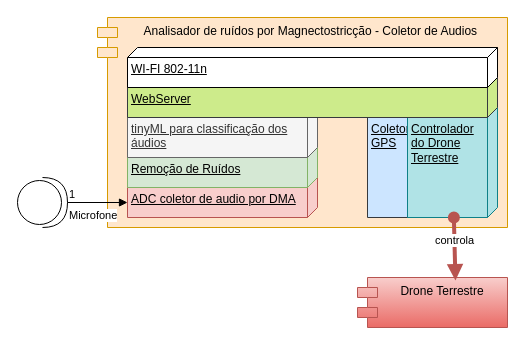
Earlier version of the draw.io diagram docs/ComponentesFirmware.drawio (ArvoreDosSaberes/magnectostricao). Source tidied: cells renumbered, new cells numbered last; positions are measured from the earlier drawing's top-left corner, leaving out a move shared by most shapes. Both pictures are drawn from the tidied source at 100%, with x=0, y=0 at pixel (17, 17).
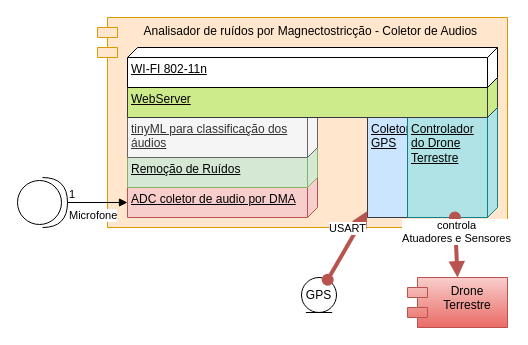
After the change.

Commit message:
Adicionado o GPS

What changed in the source:
```diff
@@
 <mxGraphModel>
   <root>
     <mxCell id="0" />
     <mxCell id="1" parent="0" />
     <mxCell id="2" value="Analisador de ruídos por Magnectostricção - Coletor de Audios&amp;nbsp;" style="shape=module;align=left;spacingLeft=20;align=center;verticalAlign=top;whiteSpace=wrap;html=1;fillColor=#ffe6cc;strokeColor=#d79b00;" parent="1" vertex="1">
       <mxGeometry x="80" width="410" height="210" as="geometry" />
     </mxCell>
     <mxCell id="3" value="Coletor GPS" style="verticalAlign=top;align=left;spacingTop=8;spacingLeft=2;spacingRight=12;shape=cube;size=10;direction=south;fontStyle=4;html=1;whiteSpace=wrap;fillColor=#cce5ff;strokeColor=#36393d;" parent="1" vertex="1">
       <mxGeometry x="350" y="90" width="56" height="110" as="geometry" />
     </mxCell>
     <mxCell id="4" value="Controlador do Drone Terrestre" style="verticalAlign=top;align=left;spacingTop=8;spacingLeft=2;spacingRight=12;shape=cube;size=10;direction=south;fontStyle=4;html=1;whiteSpace=wrap;fillColor=#b0e3e6;strokeColor=#0e8088;" parent="1" vertex="1">
       <mxGeometry x="390" y="90" width="90" height="110" as="geometry" />
     </mxCell>
     <mxCell id="5" style="group;" parent="1" vertex="1">
       <mxGeometry x="110" y="90" width="190" height="110" as="geometry" />
     </mxCell>
     <mxCell id="6" value="ADC coletor de audio por DMA" style="verticalAlign=top;align=left;spacingTop=8;spacingLeft=2;spacingRight=12;shape=cube;size=10;direction=south;fontStyle=4;html=1;whiteSpace=wrap;fillColor=#f8cecc;strokeColor=#b85450;" parent="5" vertex="1">
       <mxGeometry y="70" width="190" height="40" as="geometry" />
     </mxCell>
     <mxCell id="7" value="Remoção de Ruídos" style="verticalAlign=top;align=left;spacingTop=8;spacingLeft=2;spacingRight=12;shape=cube;size=10;direction=south;fontStyle=4;html=1;whiteSpace=wrap;fillColor=#d5e8d4;strokeColor=#82b366;" parent="5" vertex="1">
       <mxGeometry y="40" width="190" height="40" as="geometry" />
     </mxCell>
     <mxCell id="8" value="tinyML para classificação dos áudios" style="verticalAlign=top;align=left;spacingTop=8;spacingLeft=2;spacingRight=12;shape=cube;size=10;direction=south;fontStyle=4;html=1;whiteSpace=wrap;fillColor=#f5f5f5;fontColor=#333333;strokeColor=#666666;" parent="5" vertex="1">
       <mxGeometry width="190" height="50" as="geometry" />
     </mxCell>
     <mxCell id="9" value="WebServer" style="verticalAlign=top;align=left;spacingTop=8;spacingLeft=2;spacingRight=12;shape=cube;size=10;direction=south;fontStyle=4;html=1;whiteSpace=wrap;fillColor=#cdeb8b;strokeColor=#36393d;" parent="1" vertex="1">
       <mxGeometry x="110" y="60" width="370" height="40" as="geometry" />
     </mxCell>
     <mxCell id="10" value="WI-FI 802-11n" style="verticalAlign=top;align=left;spacingTop=8;spacingLeft=2;spacingRight=12;shape=cube;size=10;direction=south;fontStyle=4;html=1;whiteSpace=wrap;" parent="1" vertex="1">
       <mxGeometry x="110" y="30" width="370" height="40" as="geometry" />
     </mxCell>
     <mxCell id="11" value="Drone Terrestre" style="shape=module;align=left;spacingLeft=20;align=center;verticalAlign=top;whiteSpace=wrap;html=1;fillColor=#f8cecc;gradientColor=#ea6b66;strokeColor=#b85450;" parent="1" vertex="1">
-      <mxGeometry x="340" y="260" width="150" height="50" as="geometry" />
+      <mxGeometry x="390" y="260" width="100" height="50" as="geometry" />
     </mxCell>
-    <mxCell id="12" value="controla" style="html=1;verticalAlign=bottom;startArrow=oval;startFill=1;endArrow=block;startSize=8;curved=0;rounded=0;entryX=0.653;entryY=0.06;entryDx=0;entryDy=0;entryPerimeter=0;strokeWidth=4;fillColor=#f8cecc;gradientColor=#ea6b66;strokeColor=#b85450;" parent="1" edge="1" source="4" target="11">
+    <mxCell id="12" value="controla&lt;br&gt;Atuadores e Sensores" style="html=1;verticalAlign=bottom;startArrow=oval;startFill=1;endArrow=block;startSize=8;curved=0;rounded=0;entryX=0.5;entryY=0;entryDx=0;entryDy=0;strokeWidth=4;fillColor=#f8cecc;gradientColor=#ea6b66;strokeColor=#b85450;" parent="1" edge="1" source="4" target="11">
       <mxGeometry relative="1" as="geometry" />
     </mxCell>
     <mxCell id="13" style="shape=providedRequiredInterface;html=1;verticalLabelPosition=bottom;sketch=0;" parent="1" vertex="1">
       <mxGeometry y="160" width="50" height="50" as="geometry" />
     </mxCell>
     <mxCell id="14" value="Microfone" style="endArrow=block;endFill=1;html=1;edgeStyle=orthogonalEdgeStyle;align=left;verticalAlign=top;rounded=0;exitX=1;exitY=0.5;exitDx=0;exitDy=0;exitPerimeter=0;entryX=0;entryY=0;entryDx=25;entryDy=190;entryPerimeter=0;" parent="1" edge="1" source="13" target="6">
       <mxGeometry x="-1" relative="1" as="geometry" />
     </mxCell>
     <mxCell id="15" value="1" style="edgeLabel;html=1;align=left;verticalAlign=bottom;" parent="14" vertex="1">
       <mxGeometry x="-1" relative="1" as="geometry" />
     </mxCell>
+    <mxCell id="16" value="GPS" style="ellipse;shape=umlEntity;whiteSpace=wrap;html=1;" parent="1" vertex="1">
+      <mxGeometry x="284" y="260" width="35" height="35" as="geometry" />
+    </mxCell>
+    <mxCell id="17" value="USART" style="html=1;verticalAlign=bottom;startArrow=oval;startFill=1;endArrow=block;startSize=8;curved=0;rounded=0;strokeWidth=4;fillColor=#f8cecc;gradientColor=#ea6b66;strokeColor=#b85450;" parent="1" edge="1" source="16" target="3">
+      <mxGeometry x="0.17" y="4" relative="1" as="geometry" />
+    </mxCell>
   </root>
 </mxGraphModel>
```
